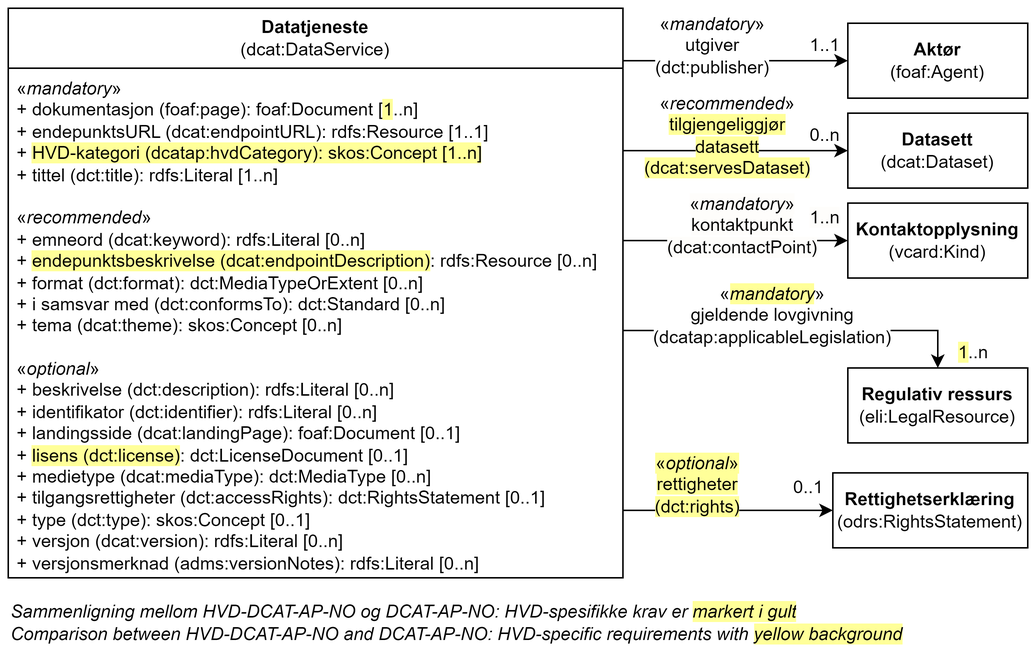
The draw.io diagram docs/images/Klassen-Datatjeneste.png in Informasjonsforvaltning/hvd-dcat-ap-no, before a commit. Source tidied: cells renumbered, new cells last; positions are measured from the earlier drawing's top-left corner, leaving out a move shared by most shapes.
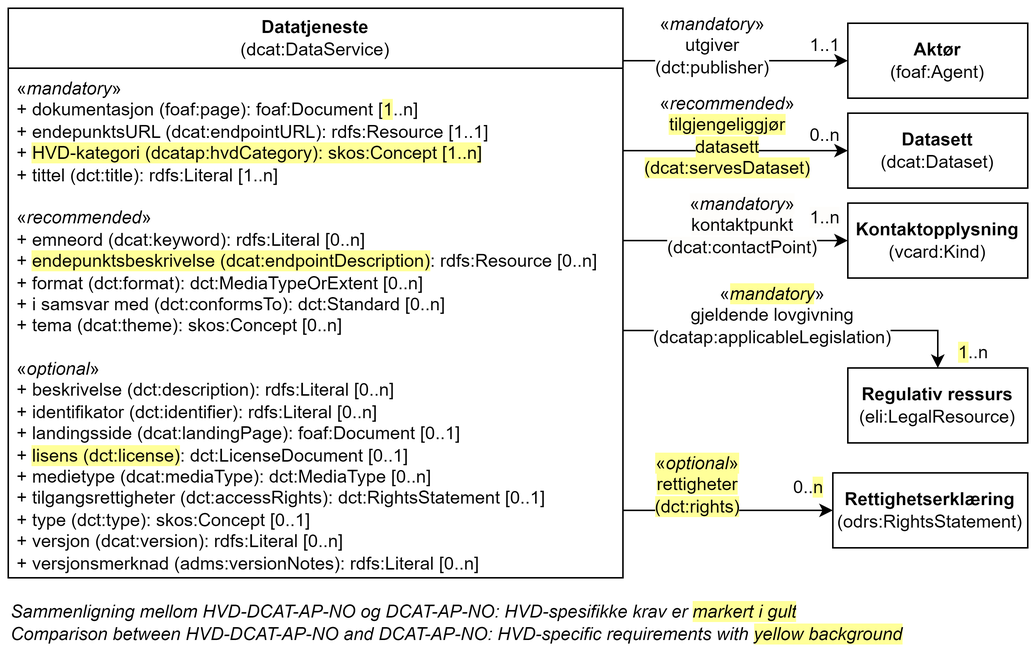
The same diagram one commit later.

The edit, as a diff of the source:
```diff
@@ -78,7 +78,7 @@
     <mxCell id="22" value="&lt;span style=&quot;background-color: rgb(255, 255, 153);&quot;&gt;«&lt;i style=&quot;&quot;&gt;optional&lt;/i&gt;»&lt;br&gt;&lt;span style=&quot;color: rgb(0, 0, 0); font-family: Helvetica; font-size: 12px; font-style: normal; font-variant-ligatures: normal; font-variant-caps: normal; font-weight: 400; letter-spacing: normal; orphans: 2; text-align: left; text-indent: 0px; text-transform: none; widows: 2; word-spacing: 0px; -webkit-text-stroke-width: 0px; white-space: normal; text-decoration-thickness: initial; text-decoration-style: initial; text-decoration-color: initial; float: none; display: inline !important;&quot;&gt;rettigheter (dct:rights)&lt;/span&gt;&lt;/span&gt;&lt;div&gt;&lt;br&gt;&lt;/div&gt;" style="text;html=1;align=center;verticalAlign=middle;whiteSpace=wrap;rounded=0;" parent="1" vertex="1">
       <mxGeometry x="430" y="310" width="60" height="30" as="geometry" />
     </mxCell>
-    <mxCell id="23" value="0..1" style="text;html=1;strokeColor=none;fillColor=none;align=center;verticalAlign=middle;whiteSpace=wrap;rounded=0;" parent="1" vertex="1">
+    <mxCell id="23" value="0..&lt;span style=&quot;background-color: rgb(255, 255, 153);&quot;&gt;n&lt;/span&gt;" style="text;html=1;strokeColor=none;fillColor=none;align=center;verticalAlign=middle;whiteSpace=wrap;rounded=0;" parent="1" vertex="1">
       <mxGeometry x="520" y="310" width="28" height="20" as="geometry" />
     </mxCell>
     <mxCell id="24" value="Sammenligning mellom HVD-DCAT-AP-NO og DCAT-AP-NO: HVD-spesifikke krav er&amp;nbsp;&lt;span style=&quot;background-color: rgb(255, 255, 153);&quot;&gt;markert i gult&lt;/span&gt;&lt;span style=&quot;background-color: rgb(255 , 255 , 255)&quot;&gt;&amp;nbsp;&lt;/span&gt;&lt;div&gt;&lt;span style=&quot;background-color: rgb(255 , 255 , 255)&quot;&gt;Comparison between HVD-DCAT-AP-NO and DCAT-AP-NO: HVD-specific requirements with &lt;/span&gt;&lt;span style=&quot;background-color: rgb(255, 255, 153);&quot;&gt;yellow background&lt;/span&gt;&lt;/div&gt;" style="text;html=1;strokeColor=none;fillColor=none;align=left;verticalAlign=middle;whiteSpace=wrap;rounded=0;fontStyle=2;" parent="1" vertex="1">
```
